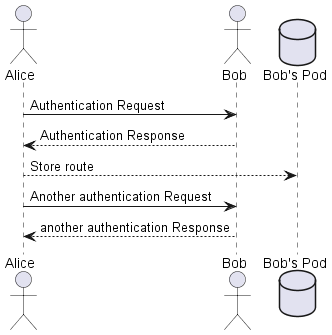
Earlier version of the PlantUML export images/Sequence diagram.png (Arquisoft/lomap_en3b).
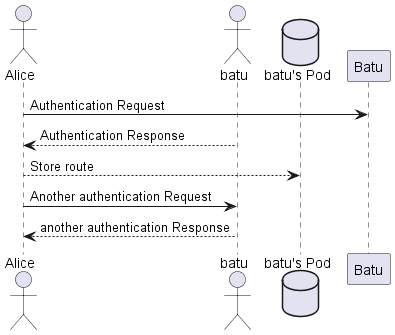
Later version of the same file.

The edit, as a diff of the source:
```diff
@@ -1,10 +1,10 @@
 @startuml
 actor Alice
-actor Bob
-database Pod as "Bob's Pod"
-Alice -> Bob: Authentication Request
-Bob --> Alice: Authentication Response
+actor batu
+database Pod as "batu's Pod"
+Alice -> Batu: Authentication Request
+batu --> Alice: Authentication Response
 Alice  --> Pod: Store route
-Alice -> Bob: Another authentication Request
-Alice <-- Bob: another authentication Response
+Alice ->batu: Another authentication Request
+Alice <-- batu: another authentication Response
 @enduml
```
